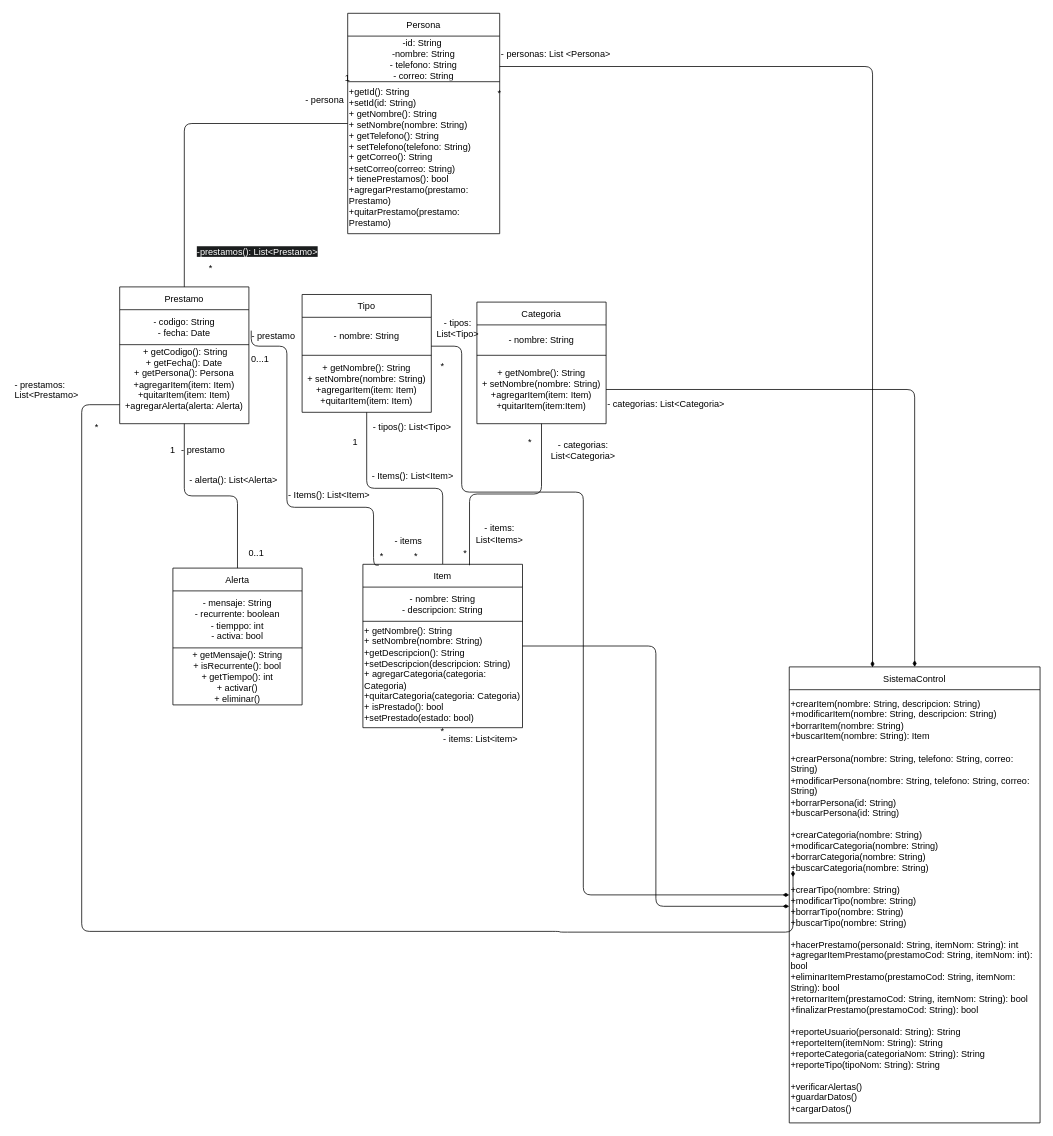
Above: Diagrama Actualizado.drawio in Pili2811/Control-de-Pr-stamos (draw.io), before the change. Source tidied: cells renumbered, new cells numbered last; positions are measured from the earlier drawing's top-left corner, leaving out a move shared by most shapes. Both pictures are drawn from the tidied source at 76%, with x=0, y=0 at pixel (13, 13).
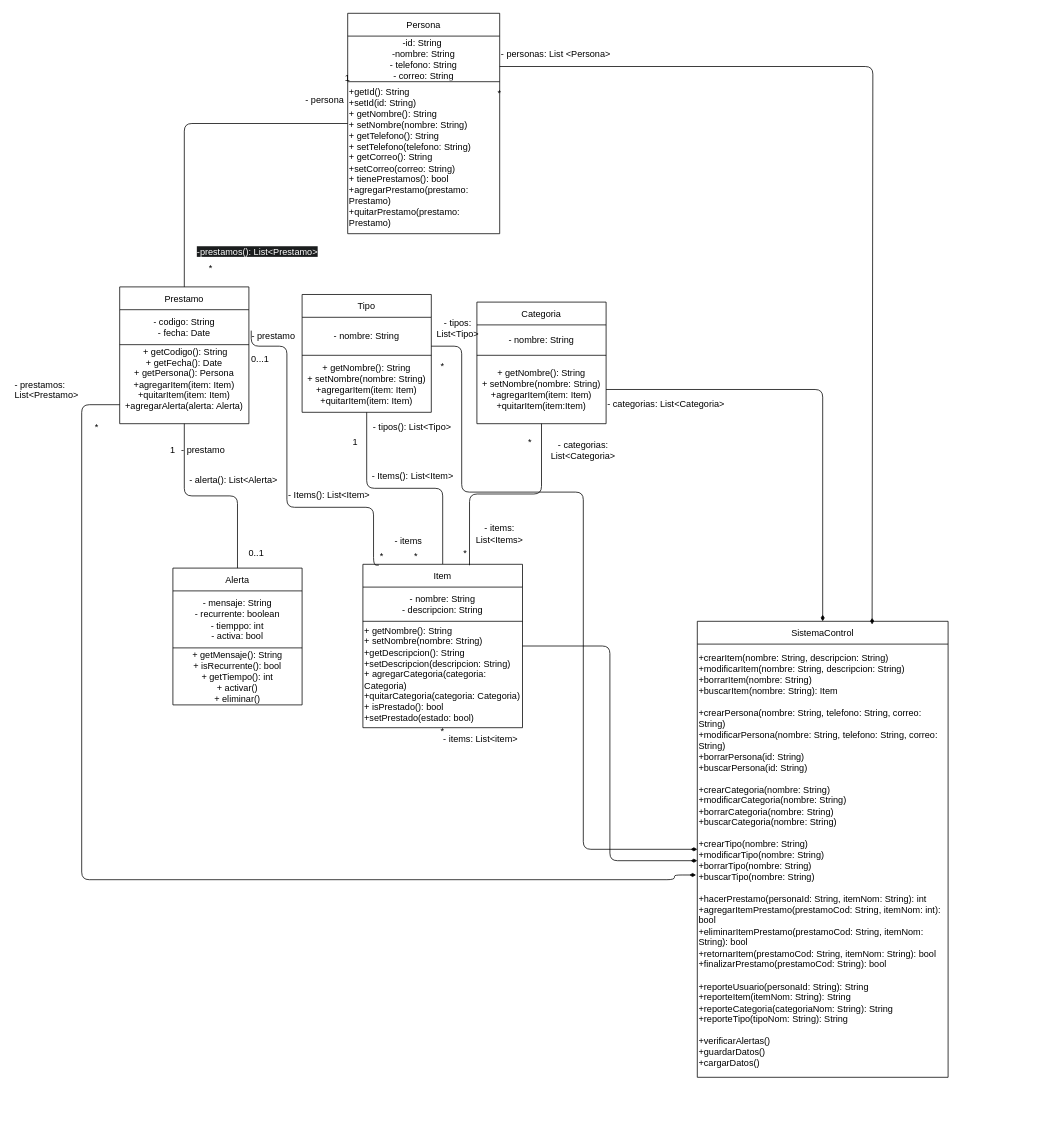
The same page after the edit.

Commit message (it also covers changes not shown here):
Actualizar Diagrama Clases.drawio

Unchanged cells that the change refers to:
```xml
<mxCell id="23" style="shape=tableRow;horizontal=0;startSize=0;swimlaneHead=0;swimlaneBody=0;strokeColor=inherit;top=0;left=0;bottom=0;right=0;fillColor=none;points=[[0,0.5],[1,0.5]];portConstraint=eastwest;fixedHeader=1;" parent="20" vertex="1">
  <mxGeometry y="76" width="170" height="104" as="geometry" />
</mxCell>
<mxCell id="27" style="shape=tableRow;horizontal=0;startSize=0;swimlaneHead=0;swimlaneBody=0;strokeColor=inherit;top=0;left=0;bottom=0;right=0;fillColor=none;points=[[0,0.5],[1,0.5]];portConstraint=eastwest;fixedHeader=1;" parent="26" vertex="1">
  <mxGeometry y="30" width="200" height="60" as="geometry" />
</mxCell>
<mxCell id="32" style="shape=tableRow;horizontal=0;startSize=0;swimlaneHead=0;swimlaneBody=0;strokeColor=inherit;top=0;left=0;bottom=0;right=0;fillColor=none;points=[[0,0.5],[1,0.5]];portConstraint=eastwest;fixedHeader=1;" parent="31" vertex="1">
  <mxGeometry y="30" width="330" height="570" as="geometry" />
</mxCell>
```

Change to the diagram source:
```diff
@@
     <mxCell id="31" value="SistemaControl" style="shape=table;startSize=30;childLayout=tableLayout;fixedHeader=1;" parent="1" vertex="1">
-      <mxGeometry x="1021" y="860" width="330" height="600" as="geometry" />
+      <mxGeometry x="900" y="800" width="330" height="600" as="geometry" />
     </mxCell>
@@
-    <mxCell id="46" style="edgeStyle=orthogonalEdgeStyle;rounded=1;jettySize=auto;html=1;curved=0;endArrow=diamondThin;endFill=1;entryX=0.332;entryY=0.001;entryDx=0;entryDy=0;entryPerimeter=0;" parent="1" edge="1" source="27" target="31">
+    <mxCell id="46" style="edgeStyle=orthogonalEdgeStyle;rounded=1;jettySize=auto;html=1;curved=0;endArrow=diamondThin;endFill=1;entryX=0.697;entryY=0.007;entryDx=0;entryDy=0;entryPerimeter=0;" parent="1" edge="1" source="27" target="31">
       <mxGeometry relative="1" as="geometry">
         <Array as="points">
           <mxPoint x="1131" y="70" />
+          <mxPoint x="1131" y="804" />
         </Array>
       </mxGeometry>
     </mxCell>
@@
-    <mxCell id="56" style="edgeStyle=orthogonalEdgeStyle;rounded=1;jettySize=auto;html=1;curved=0;endArrow=diamondThin;endFill=1;entryX=0.015;entryY=0.417;entryDx=0;entryDy=0;entryPerimeter=0;" parent="1" edge="1" source="23" target="32">
+    <mxCell id="56" style="edgeStyle=orthogonalEdgeStyle;rounded=1;jettySize=auto;html=1;curved=0;endArrow=diamondThin;endFill=1;entryX=-0.005;entryY=0.533;entryDx=0;entryDy=0;entryPerimeter=0;" parent="1" edge="1" source="23" target="32">
       <mxGeometry relative="1" as="geometry">
         <Array as="points">
           <mxPoint x="90" y="515" />
-          <mxPoint x="90" y="1208" />
-          <mxPoint x="719" y="1208" />
-          <mxPoint x="719" y="1209" />
+          <mxPoint x="90" y="1140" />
+          <mxPoint x="870" y="1140" />
+          <mxPoint x="870" y="1134" />
         </Array>
       </mxGeometry>
     </mxCell>
```
